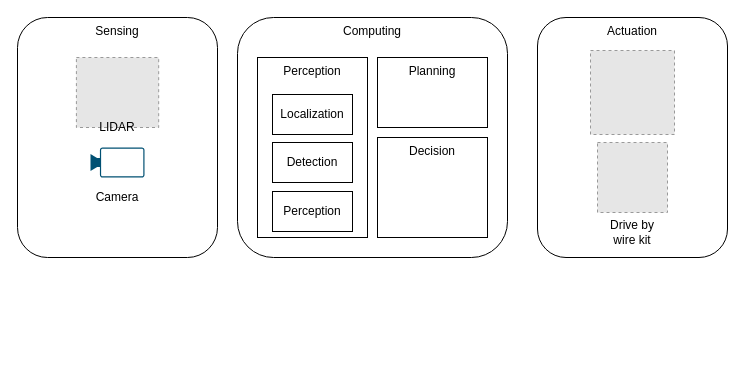
Before: ADAS Hardware.drawio in samiframadhan/drawio, a draw.io diagram. Source tidied: cells renumbered, new cells numbered last; positions are measured from the earlier drawing's top-left corner, leaving out a move shared by most shapes. Both pictures are drawn from the tidied source at 100%, with x=0, y=0 at pixel (17, 17). Pictures stored in the file or linked from it are replaced by grey dashed boxes.
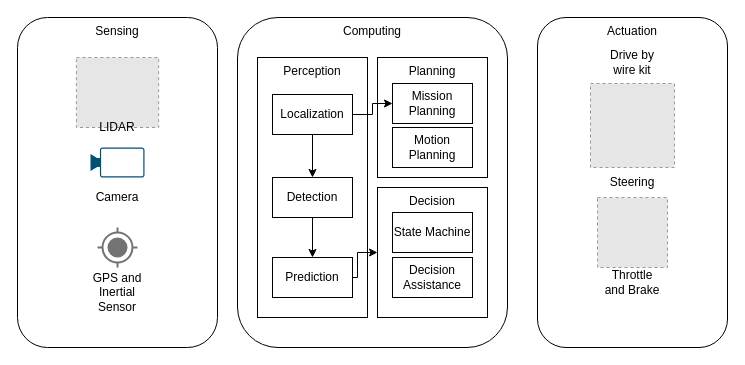
Above is the later version.

The change refers to these unchanged cells:
```xml
<mxCell id="15" value="Localization" style="rounded=0;whiteSpace=wrap;html=1;" parent="1" vertex="1">
  <mxGeometry x="255" y="77" width="80" height="40" as="geometry" />
</mxCell>
```

What changed in the source:
```diff
@@
     <mxCell id="2" value="Sensing" style="rounded=1;whiteSpace=wrap;html=1;verticalAlign=top;" parent="1" vertex="1">
-      <mxGeometry width="200" height="240" as="geometry" />
+      <mxGeometry width="200" height="330" as="geometry" />
     </mxCell>
     <mxCell id="3" value="Computing" style="rounded=1;whiteSpace=wrap;html=1;verticalAlign=top;" parent="1" vertex="1">
-      <mxGeometry x="220" width="270" height="240" as="geometry" />
+      <mxGeometry x="220" width="270" height="330" as="geometry" />
     </mxCell>
     <mxCell id="4" value="Actuation" style="rounded=1;whiteSpace=wrap;html=1;verticalAlign=top;" parent="1" vertex="1">
-      <mxGeometry x="520" width="190" height="240" as="geometry" />
+      <mxGeometry x="520" width="190" height="330" as="geometry" />
     </mxCell>
@@
     <mxCell id="7" value="Perception" style="rounded=0;whiteSpace=wrap;html=1;verticalAlign=top;" parent="1" vertex="1">
-      <mxGeometry x="240" y="40" width="110" height="180" as="geometry" />
+      <mxGeometry x="240" y="40" width="110" height="260" as="geometry" />
     </mxCell>
     <mxCell id="8" value="Planning" style="rounded=0;whiteSpace=wrap;html=1;verticalAlign=top;" parent="1" vertex="1">
-      <mxGeometry x="360" y="40" width="110" height="70" as="geometry" />
+      <mxGeometry x="360" y="40" width="110" height="120" as="geometry" />
     </mxCell>
     <mxCell id="9" value="Decision" style="rounded=0;whiteSpace=wrap;html=1;verticalAlign=top;" parent="1" vertex="1">
-      <mxGeometry x="360" y="120" width="110" height="100" as="geometry" />
+      <mxGeometry x="360" y="170" width="110" height="130" as="geometry" />
     </mxCell>
     <mxCell id="10" style="fillColor=#E6E6E6;strokeColor=#999999;dashed=1;verticalLabelPosition=bottom;verticalAlign=top;" parent="1" vertex="1">
-      <mxGeometry x="573" y="33" width="84" height="84" as="geometry" />
+      <mxGeometry x="573" y="66" width="84" height="84" as="geometry" />
     </mxCell>
     <mxCell id="11" style="fillColor=#E6E6E6;strokeColor=#999999;dashed=1;verticalLabelPosition=bottom;verticalAlign=top;" parent="1" vertex="1">
-      <mxGeometry x="580" y="125" width="70" height="70" as="geometry" />
+      <mxGeometry x="580" y="180" width="70" height="70" as="geometry" />
     </mxCell>
     <mxCell id="12" value="Drive by wire kit" style="text;html=1;align=center;verticalAlign=middle;whiteSpace=wrap;rounded=0;" parent="1" vertex="1">
-      <mxGeometry x="585" y="200" width="60" height="30" as="geometry" />
+      <mxGeometry x="585" y="30" width="60" height="30" as="geometry" />
     </mxCell>
@@
+    <mxCell id="18" style="edgeStyle=orthogonalEdgeStyle;rounded=0;jettySize=auto;html=1;entryX=0;entryY=0.5;entryDx=0;entryDy=0;" parent="1" edge="1" source="15" target="22">
+      <mxGeometry relative="1" as="geometry" />
+    </mxCell>
+    <mxCell id="19" style="edgeStyle=orthogonalEdgeStyle;rounded=0;jettySize=auto;html=1;" parent="1" edge="1" source="15" target="16">
+      <mxGeometry relative="1" as="geometry" />
+    </mxCell>
@@
+    <mxCell id="20" style="edgeStyle=orthogonalEdgeStyle;rounded=0;jettySize=auto;html=1;" parent="1" edge="1" source="16" target="17">
+      <mxGeometry relative="1" as="geometry" />
+    </mxCell>
     <mxCell id="16" value="Detection" style="rounded=0;whiteSpace=wrap;html=1;" parent="1" vertex="1">
-      <mxGeometry x="255" y="125" width="80" height="40" as="geometry" />
+      <mxGeometry x="255" y="160" width="80" height="40" as="geometry" />
     </mxCell>
+    <mxCell id="21" style="edgeStyle=orthogonalEdgeStyle;rounded=0;jettySize=auto;html=1;entryX=0;entryY=0.5;entryDx=0;entryDy=0;" parent="1" edge="1" source="17" target="9">
+      <mxGeometry relative="1" as="geometry">
+        <Array as="points">
+          <mxPoint x="340" y="260" />
+          <mxPoint x="340" y="235" />
+        </Array>
+      </mxGeometry>
+    </mxCell>
-    <mxCell id="17" value="Perception" style="rounded=0;whiteSpace=wrap;html=1;" parent="1" vertex="1">
-      <mxGeometry x="255" y="174" width="80" height="40" as="geometry" />
+    <mxCell id="17" value="Prediction" style="rounded=0;whiteSpace=wrap;html=1;" parent="1" vertex="1">
+      <mxGeometry x="255" y="240" width="80" height="40" as="geometry" />
     </mxCell>
+    <mxCell id="22" value="Mission Planning" style="rounded=0;whiteSpace=wrap;html=1;" parent="1" vertex="1">
+      <mxGeometry x="375" y="66" width="80" height="40" as="geometry" />
+    </mxCell>
+    <mxCell id="23" value="Motion Planning" style="rounded=0;whiteSpace=wrap;html=1;" parent="1" vertex="1">
+      <mxGeometry x="375" y="110" width="80" height="40" as="geometry" />
+    </mxCell>
+    <mxCell id="24" value="Steering" style="text;html=1;align=center;verticalAlign=middle;whiteSpace=wrap;rounded=0;" parent="1" vertex="1">
+      <mxGeometry x="585" y="150" width="60" height="30" as="geometry" />
+    </mxCell>
+    <mxCell id="25" value="Throttle and Brake" style="text;html=1;align=center;verticalAlign=middle;whiteSpace=wrap;rounded=0;" parent="1" vertex="1">
+      <mxGeometry x="585" y="250" width="60" height="30" as="geometry" />
+    </mxCell>
+    <mxCell id="26" style="html=1;dashed=0;verticalLabelPosition=bottom;verticalAlign=top;align=center;shape=mxgraph.gmdl.gps;strokeColor=#737373;fillColor=#737373;shadow=0;strokeWidth=2;sketch=0;" parent="1" vertex="1">
+      <mxGeometry x="80" y="210" width="40" height="40" as="geometry" />
+    </mxCell>
+    <mxCell id="27" value="GPS and Inertial Sensor" style="text;html=1;align=center;verticalAlign=middle;whiteSpace=wrap;rounded=0;" parent="1" vertex="1">
+      <mxGeometry x="70" y="260" width="60" height="30" as="geometry" />
+    </mxCell>
+    <mxCell id="28" value="&lt;div&gt;State Machine&lt;/div&gt;" style="rounded=0;whiteSpace=wrap;html=1;" parent="1" vertex="1">
+      <mxGeometry x="375" y="195" width="80" height="40" as="geometry" />
+    </mxCell>
+    <mxCell id="29" value="Decision Assistance" style="rounded=0;whiteSpace=wrap;html=1;" parent="1" vertex="1">
+      <mxGeometry x="375" y="240" width="80" height="40" as="geometry" />
+    </mxCell>
```
